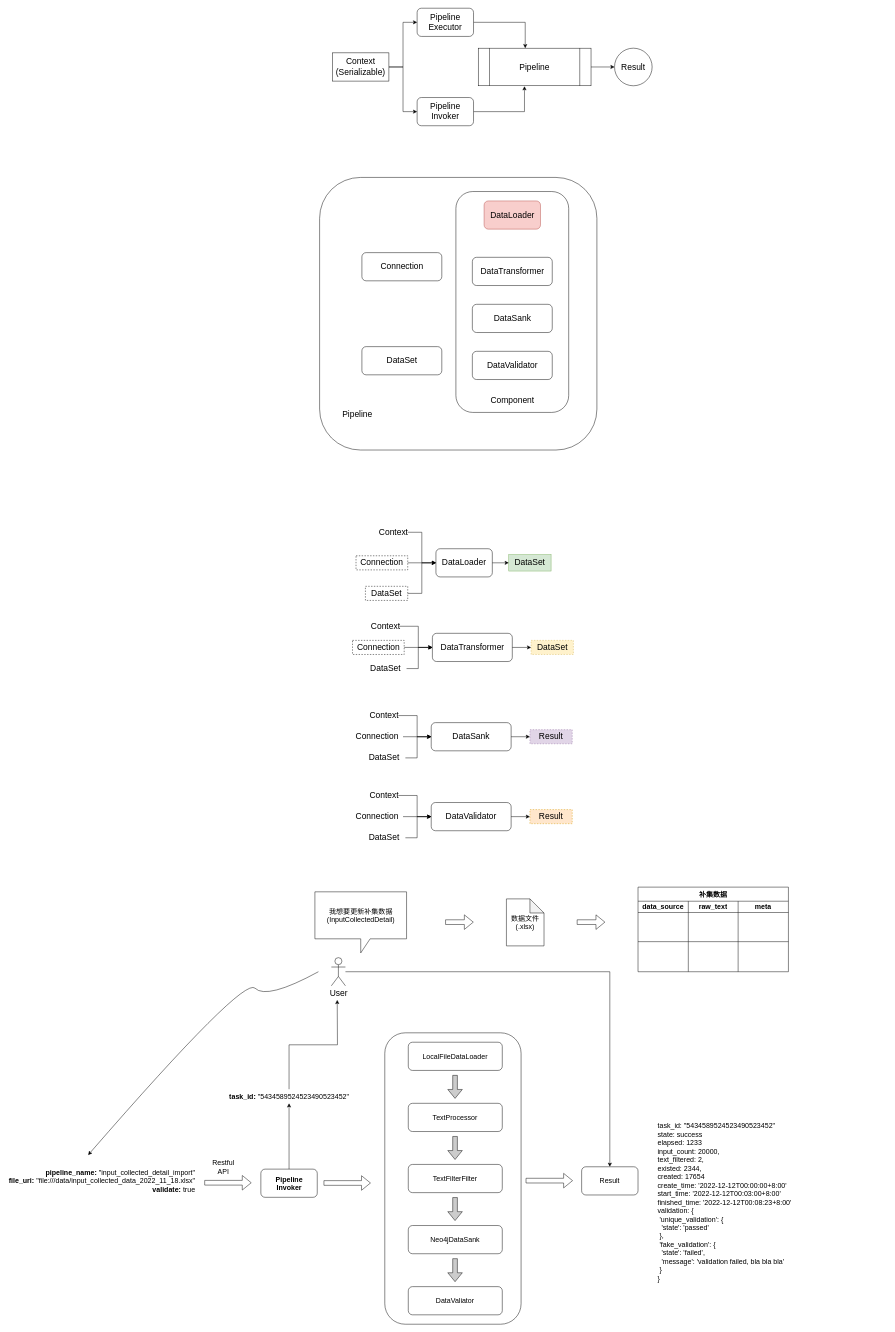
Above: elverse-update.drawio in lonelyandrew/drawio-repo (draw.io), before the change. Source tidied: cells renumbered, new cells numbered last; positions are measured from the earlier drawing's top-left corner, leaving out a move shared by most shapes. Both pictures are drawn from the tidied source at 47%, with x=0, y=0 at pixel (8, 8).
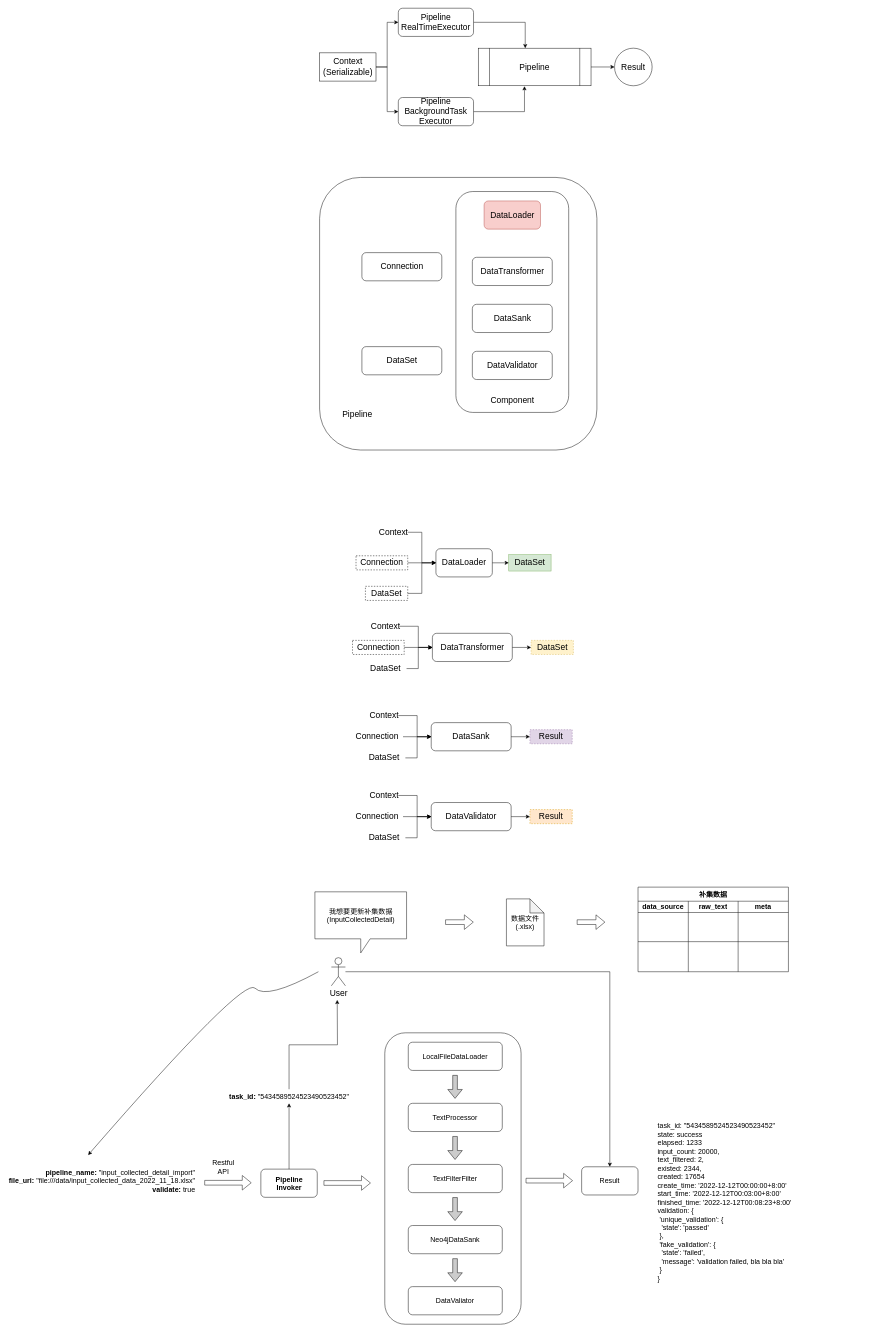
After the change.

Change to the diagram source:
```diff
@@
-    <mxCell id="5" value="Pipeline&lt;br&gt;Executor" style="rounded=1;whiteSpace=wrap;html=1;fontSize=18;" parent="1" vertex="1">
-      <mxGeometry x="870" width="120" height="60" as="geometry" />
+    <mxCell id="5" value="Pipeline&lt;br&gt;RealTimeExecutor" style="rounded=1;whiteSpace=wrap;html=1;fontSize=18;" parent="1" vertex="1">
+      <mxGeometry x="830" width="160" height="60" as="geometry" />
     </mxCell>
@@
-    <mxCell id="7" value="Pipeline&lt;br&gt;Invoker" style="rounded=1;whiteSpace=wrap;html=1;fontSize=18;" parent="1" vertex="1">
-      <mxGeometry x="870" y="190" width="120" height="60" as="geometry" />
+    <mxCell id="7" value="Pipeline&lt;br&gt;BackgroundTask&lt;br&gt;Executor" style="rounded=1;whiteSpace=wrap;html=1;fontSize=18;" parent="1" vertex="1">
+      <mxGeometry x="830" y="190" width="160" height="60" as="geometry" />
     </mxCell>
@@
     <mxCell id="10" value="Context&lt;br&gt;(Serializable)" style="rounded=0;whiteSpace=wrap;html=1;fontSize=18;" parent="1" vertex="1">
-      <mxGeometry x="690" y="95" width="120" height="60" as="geometry" />
+      <mxGeometry x="662.5" y="95" width="120" height="60" as="geometry" />
     </mxCell>
```
